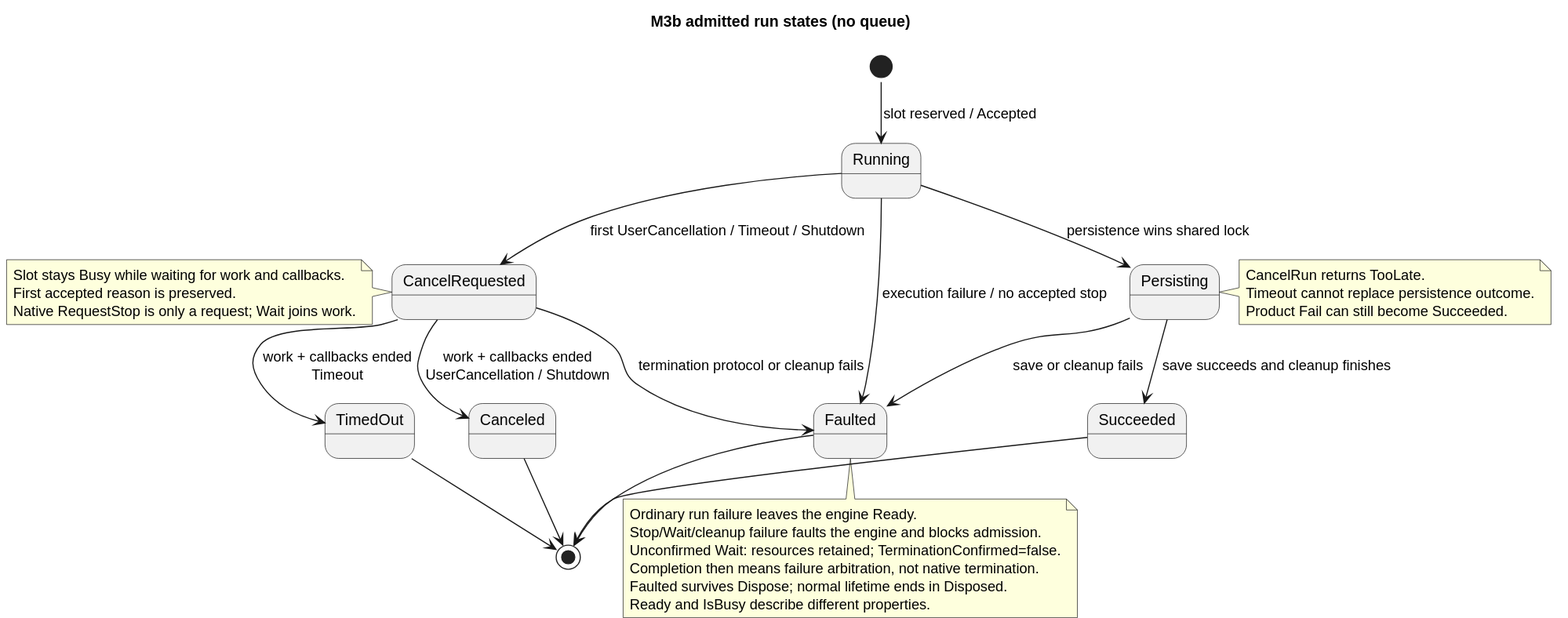
Earlier version of the PlantUML export docs/diagrams/generated/run-state.svg (Myoungmin/CSharp-InspectionCore-Lab). Its source is kept beside it as docs/diagrams/run-state.puml.
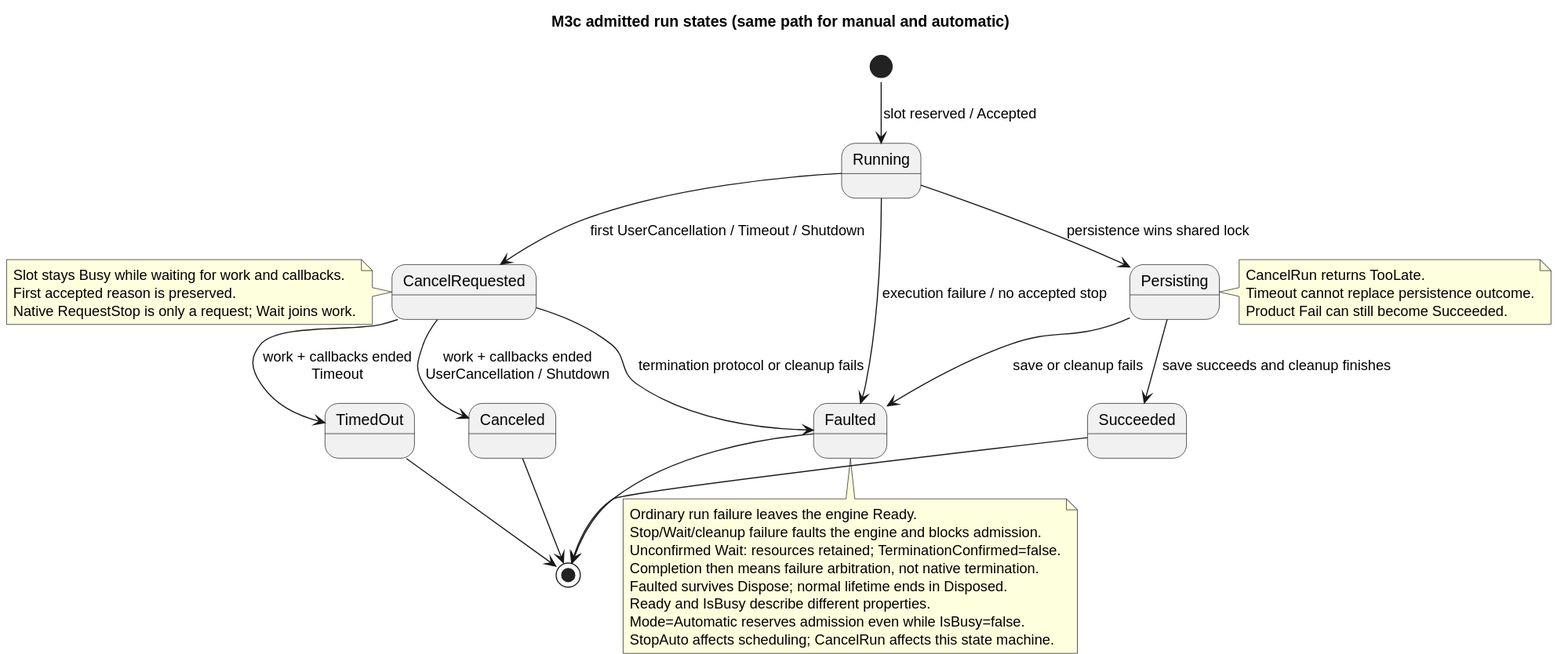
After the commit.

The edit, as a diff of the source:
```diff
@@ -1,6 +1,6 @@
 @startuml run-state
 !pragma layout smetana
-title M3b admitted run states (no queue)
+title M3c admitted run states (same path for manual and automatic)
 [*] --> Running : slot reserved / Accepted
 Running --> CancelRequested : first UserCancellation / Timeout / Shutdown
 Running --> Persisting : persistence wins shared lock
@@ -31,5 +31,7 @@
 Completion then means failure arbitration, not native termination.
 Faulted survives Dispose; normal lifetime ends in Disposed.
 Ready and IsBusy describe different properties.
+Mode=Automatic reserves admission even while IsBusy=false.
+StopAuto affects scheduling; CancelRun affects this state machine.
 end note
 @enduml
```
